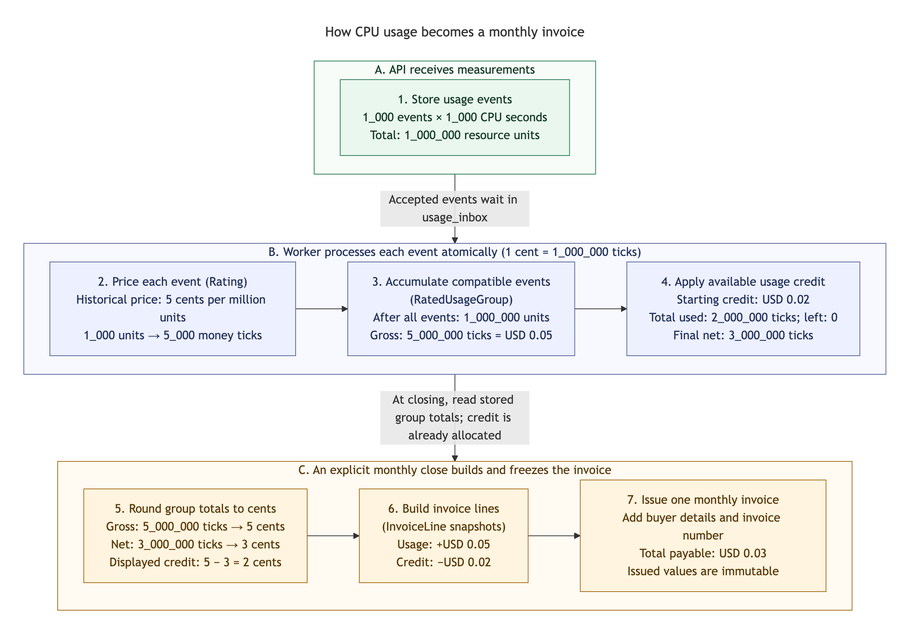
Above: docs/diagrams/usage-to-invoice/usage-to-invoice.png in pupitooo/e2b-billing-api (Mermaid), before the change. Its source is kept beside it as docs/diagrams/usage-to-invoice/usage-to-invoice.mmd. Its diagram source:
```mermaid
---
title: How CPU usage becomes a monthly invoice
config:
  layout: dagre
  flowchart:
    wrappingWidth: 270
    nodeSpacing: 30
    rankSpacing: 45
    useMaxWidth: false
---
flowchart TB
    subgraph intake["A. API receives measurements"]
        events["1. Store usage events<br/>1_000 events × 1_000 CPU seconds<br/>Total: 1_000_000 resource units"]
    end

    subgraph processing["B. Worker processes each event atomically (1 cent = 1_000_000 ticks)"]
        direction LR
        rating["2. Price each event (Rating)<br/>Historical price: 5 cents per million units<br/>1_000 units → 5_000 money ticks"]
        group["3. Accumulate compatible events<br/>(RatedUsageGroup)<br/>After all events: 1_000_000 units<br/>Gross: 5_000_000 ticks = USD 0.05"]
        credits["4. Apply available usage credit<br/>Starting credit: USD 0.02<br/>Total used: 2_000_000 ticks; left: 0<br/>Final net: 3_000_000 ticks"]

        rating --> group --> credits
    end

    subgraph closing["C. An explicit monthly close builds and freezes the invoice"]
        direction LR
        rounding["5. Round group totals to cents<br/>Gross: 5_000_000 ticks → 5 cents<br/>Net: 3_000_000 ticks → 3 cents<br/>Displayed credit: 5 − 3 = 2 cents"]
        lines["6. Build invoice lines<br/>(InvoiceLine snapshots)<br/>Usage: +USD 0.05<br/>Credit: −USD 0.02"]
        invoice["7. Issue one monthly invoice<br/>Add buyer details and invoice number<br/>Total payable: USD 0.03<br/>Issued values are immutable"]

        rounding --> lines --> invoice
    end

    intake -->|"Accepted events wait in usage_inbox"| processing
    processing -->|"At closing, read stored group totals; credit is already allocated"| closing

    classDef input fill:#e9f7ee,stroke:#287d4e,color:#173b28;
    classDef accounting fill:#edf0ff,stroke:#56649c,color:#24335c;
    classDef document fill:#fff4df,stroke:#a66a15,color:#593a0c;
    class events input;
    class rating,group,credits accounting;
    class rounding,lines,invoice document;

    style intake fill:#f7fcf9,stroke:#287d4e,color:#173b28;
    style processing fill:#f8f9ff,stroke:#56649c,color:#24335c;
    style closing fill:#fffbf3,stroke:#a66a15,color:#593a0c;
```
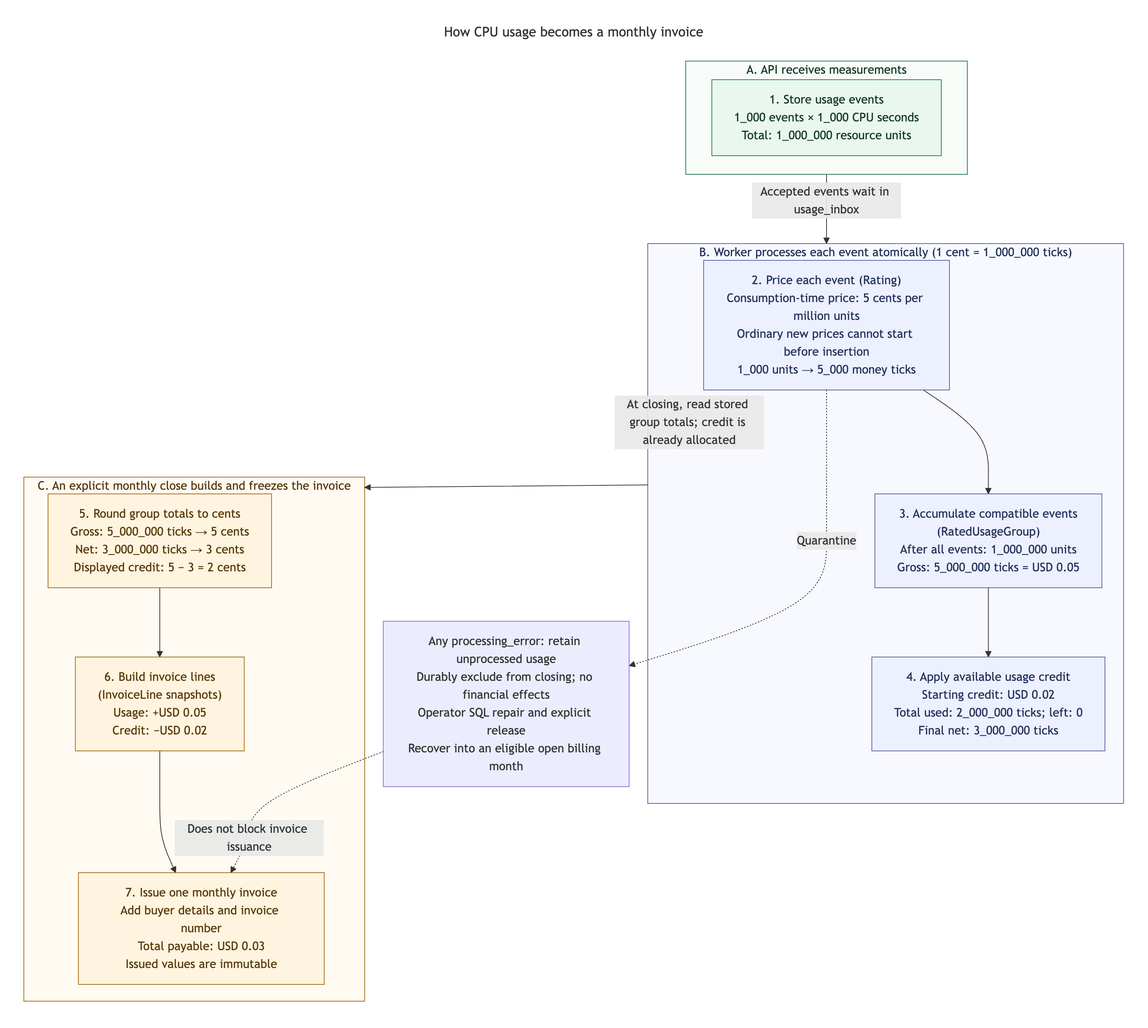
Above is the later version.

The edit, as a diff of the source:
```diff
@@ -15,7 +15,7 @@
 
     subgraph processing["B. Worker processes each event atomically (1 cent = 1_000_000 ticks)"]
         direction LR
-        rating["2. Price each event (Rating)<br/>Historical price: 5 cents per million units<br/>1_000 units → 5_000 money ticks"]
+        rating["2. Price each event (Rating)<br/>Consumption-time price: 5 cents per million units<br/>Ordinary new prices cannot start before insertion<br/>1_000 units → 5_000 money ticks"]
         group["3. Accumulate compatible events<br/>(RatedUsageGroup)<br/>After all events: 1_000_000 units<br/>Gross: 5_000_000 ticks = USD 0.05"]
         credits["4. Apply available usage credit<br/>Starting credit: USD 0.02<br/>Total used: 2_000_000 ticks; left: 0<br/>Final net: 3_000_000 ticks"]
 
@@ -31,6 +31,10 @@
         rounding --> lines --> invoice
     end
 
+    errors["Any processing_error: retain unprocessed usage<br/>Durably exclude from closing; no financial effects<br/>Operator SQL repair and explicit release<br/>Recover into an eligible open billing month"]
+    rating -.->|"Quarantine"| errors
+    errors -.->|"Does not block invoice issuance"| invoice
+
     intake -->|"Accepted events wait in usage_inbox"| processing
     processing -->|"At closing, read stored group totals; credit is already allocated"| closing
 
```
